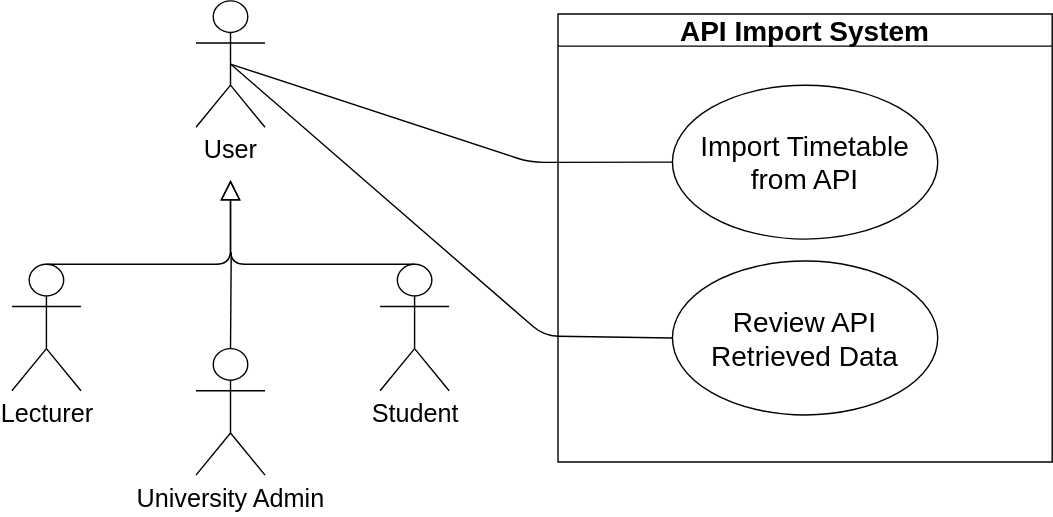
Above: docs/diagrams/requirements/API_System.svg in COS301-SE-2026/UMTAS (draw.io), before the change. Source tidied: cells renumbered, new cells last; positions are measured from the earlier drawing's top-left corner, leaving out a move shared by most shapes. The source it was exported from:
```xml
<mxGraphModel>
  <root>
    <mxCell id="0" />
    <mxCell id="1" parent="0" />
    <mxCell id="2" style="group;" parent="1" vertex="1">
      <mxGeometry width="742.9" height="338.7" as="geometry" />
    </mxCell>
    <mxCell id="3" style="endArrow=none;html=1;exitX=0.5;exitY=0;exitDx=0;exitDy=0;exitPerimeter=0;" parent="2" edge="1" source="6">
      <mxGeometry relative="1" as="geometry">
        <mxPoint x="156.6" y="179.6" as="targetPoint" />
      </mxGeometry>
    </mxCell>
    <mxCell id="4" value="&lt;font style=&quot;font-size: 18px;&quot;&gt;User&lt;/font&gt;" style="shape=umlActor;verticalLabelPosition=bottom;verticalAlign=top;html=1;outlineConnect=0;" parent="2" vertex="1">
      <mxGeometry x="131.5" width="49.3" height="90.3" as="geometry" />
    </mxCell>
    <mxCell id="5" value="&lt;font style=&quot;font-size: 18px;&quot;&gt;Lecturer&lt;/font&gt;" style="shape=umlActor;verticalLabelPosition=bottom;verticalAlign=top;html=1;outlineConnect=0;" parent="2" vertex="1">
      <mxGeometry y="188.2" width="49.3" height="90.3" as="geometry" />
    </mxCell>
    <mxCell id="6" value="&lt;font style=&quot;font-size: 18px;&quot;&gt;University Admin&lt;/font&gt;" style="shape=umlActor;verticalLabelPosition=bottom;verticalAlign=top;html=1;outlineConnect=0;" parent="2" vertex="1">
      <mxGeometry x="131.5" y="248.4" width="49.3" height="90.3" as="geometry" />
    </mxCell>
    <mxCell id="7" value="&lt;font style=&quot;font-size: 18px;&quot;&gt;Student&lt;/font&gt;" style="shape=umlActor;verticalLabelPosition=bottom;verticalAlign=top;html=1;outlineConnect=0;" parent="2" vertex="1">
      <mxGeometry x="262.9" y="188.2" width="49.3" height="90.3" as="geometry" />
    </mxCell>
    <mxCell id="8" style="edgeStyle=none;html=1;endSize=12;endArrow=block;endFill=0;exitX=0.5;exitY=0;exitDx=0;exitDy=0;exitPerimeter=0;" parent="2" edge="1" source="5">
      <mxGeometry relative="1" as="geometry">
        <mxPoint x="156.1" y="127.9" as="targetPoint" />
        <Array as="points">
          <mxPoint x="156.1" y="188.2" />
        </Array>
      </mxGeometry>
    </mxCell>
    <mxCell id="9" style="edgeStyle=none;html=1;endSize=12;endArrow=block;endFill=0;exitX=0.5;exitY=0;exitDx=0;exitDy=0;exitPerimeter=0;" parent="2" edge="1" source="7">
      <mxGeometry relative="1" as="geometry">
        <mxPoint x="156.1" y="127.9" as="targetPoint" />
        <Array as="points">
          <mxPoint x="156.1" y="188.2" />
        </Array>
      </mxGeometry>
    </mxCell>
    <mxCell id="10" style="endArrow=none;html=1;exitX=0.5;exitY=0.5;exitDx=0;exitDy=0;exitPerimeter=0;entryX=0;entryY=0.5;entryDx=0;entryDy=0;" parent="2" edge="1" source="4" target="13">
      <mxGeometry relative="1" as="geometry">
        <Array as="points">
          <mxPoint x="370" y="115.3" />
        </Array>
      </mxGeometry>
    </mxCell>
    <mxCell id="11" value="&lt;font style=&quot;font-size: 20px;&quot;&gt;API Import System&lt;/font&gt;" style="swimlane;whiteSpace=wrap;html=1;" parent="2" vertex="1">
      <mxGeometry x="390" y="9.3" width="352.9" height="320" as="geometry" />
    </mxCell>
    <mxCell id="12" value="&lt;font style=&quot;font-size: 20px;&quot;&gt;Review API Retrieved Data&lt;/font&gt;" style="ellipse;whiteSpace=wrap;html=1;" parent="2" vertex="1">
      <mxGeometry x="471.7" y="185.8" width="189.4" height="109.9" as="geometry" />
    </mxCell>
    <mxCell id="13" value="&lt;font style=&quot;font-size: 20px;&quot;&gt;Import Timetable from API&lt;/font&gt;" style="ellipse;whiteSpace=wrap;html=1;" parent="2" vertex="1">
      <mxGeometry x="471.7" y="60.2" width="189.4" height="109.9" as="geometry" />
    </mxCell>
    <mxCell id="14" style="endArrow=none;html=1;exitX=0.5;exitY=0.5;exitDx=0;exitDy=0;exitPerimeter=0;entryX=0;entryY=0.5;entryDx=0;entryDy=0;" parent="2" edge="1" source="4" target="12">
      <mxGeometry relative="1" as="geometry">
        <Array as="points">
          <mxPoint x="380" y="239.3" />
        </Array>
      </mxGeometry>
    </mxCell>
  </root>
</mxGraphModel>
```
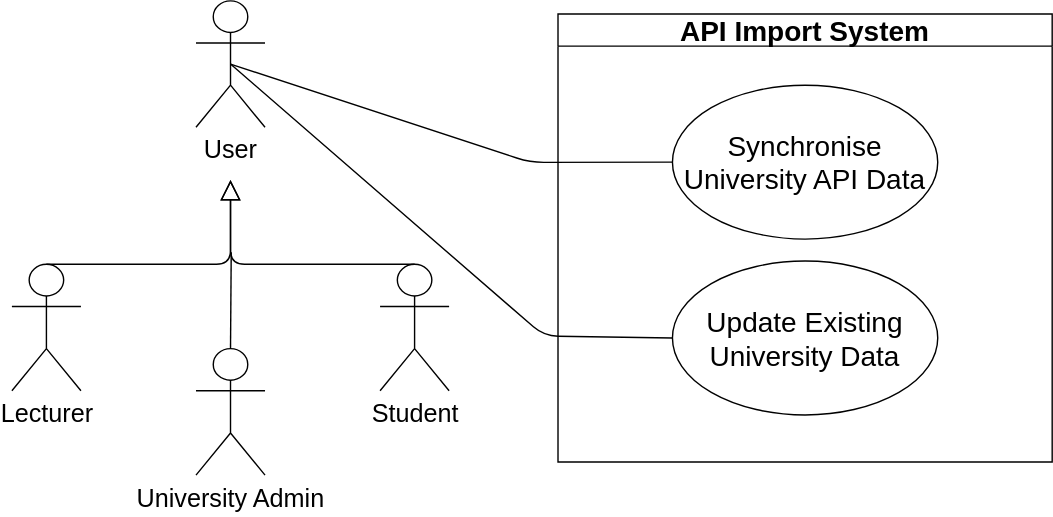
Later version of the same file.

Diff of the diagram source:
```diff
@@ -48,10 +48,10 @@
     <mxCell id="11" value="&lt;font style=&quot;font-size: 20px;&quot;&gt;API Import System&lt;/font&gt;" style="swimlane;whiteSpace=wrap;html=1;" parent="2" vertex="1">
       <mxGeometry x="390" y="9.3" width="352.9" height="320" as="geometry" />
     </mxCell>
-    <mxCell id="12" value="&lt;font style=&quot;font-size: 20px;&quot;&gt;Review API Retrieved Data&lt;/font&gt;" style="ellipse;whiteSpace=wrap;html=1;" parent="2" vertex="1">
+    <mxCell id="12" value="&lt;font style=&quot;font-size: 20px;&quot;&gt;Update Existing University Data&lt;/font&gt;" style="ellipse;whiteSpace=wrap;html=1;" parent="2" vertex="1">
       <mxGeometry x="471.7" y="185.8" width="189.4" height="109.9" as="geometry" />
     </mxCell>
-    <mxCell id="13" value="&lt;font style=&quot;font-size: 20px;&quot;&gt;Import Timetable from API&lt;/font&gt;" style="ellipse;whiteSpace=wrap;html=1;" parent="2" vertex="1">
+    <mxCell id="13" value="&lt;font style=&quot;font-size: 20px;&quot;&gt;Synchronise University API Data&lt;/font&gt;" style="ellipse;whiteSpace=wrap;html=1;" parent="2" vertex="1">
       <mxGeometry x="471.7" y="60.2" width="189.4" height="109.9" as="geometry" />
     </mxCell>
     <mxCell id="14" style="endArrow=none;html=1;exitX=0.5;exitY=0.5;exitDx=0;exitDy=0;exitPerimeter=0;entryX=0;entryY=0.5;entryDx=0;entryDy=0;" parent="2" edge="1" source="4" target="12">
```
